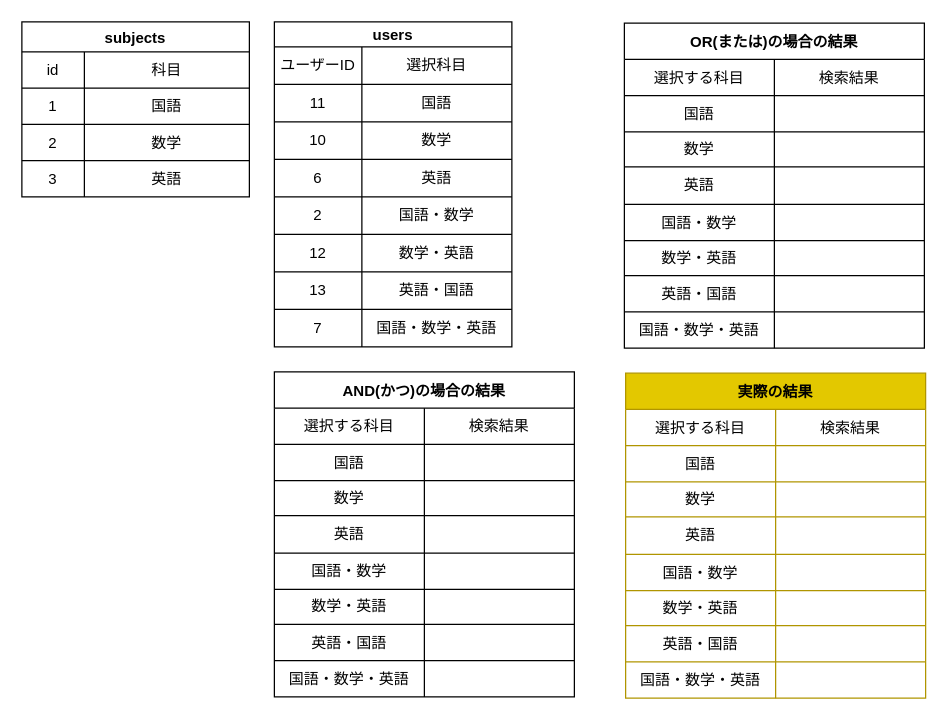
Earlier version of the draw.io diagram page "検索機能実装" (4 of 4) of compass.dio (I-Kouta/compass). Source tidied: cells renumbered, new cells numbered last; positions are measured from the earlier drawing's top-left corner, leaving out a move shared by most shapes. Both pictures are drawn from the tidied source at 125%, with x=0, y=0 at pixel (21, 21).
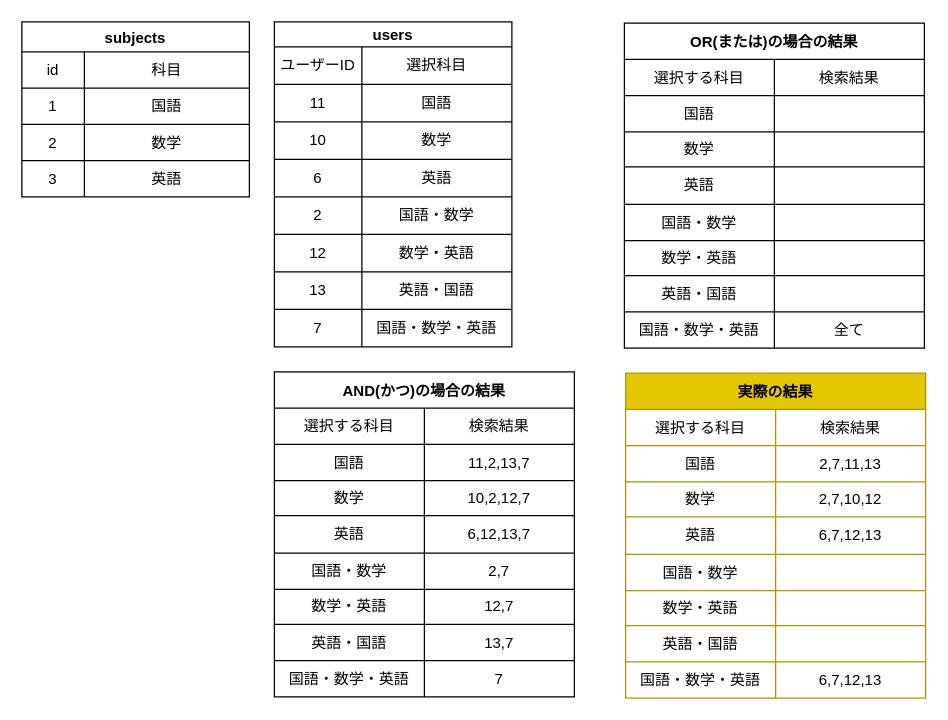
Above is the later version.

Commit message:
ANDを想定した仮説検証

Unchanged cells that the change refers to:
```xml
<mxCell id="62" style="shape=partialRectangle;html=1;whiteSpace=wrap;fillColor=none;top=0;left=0;bottom=0;right=0;" parent="40" vertex="1">
  <mxGeometry y="231" width="240" height="29" as="geometry" />
</mxCell>
<mxCell id="69" style="shape=partialRectangle;html=1;whiteSpace=wrap;fillColor=none;top=0;left=0;bottom=0;right=0;" parent="65" vertex="1">
  <mxGeometry y="58" width="240" height="29" as="geometry" />
</mxCell>
<mxCell id="72" style="shape=partialRectangle;html=1;whiteSpace=wrap;fillColor=none;top=0;left=0;bottom=0;right=0;" parent="65" vertex="1">
  <mxGeometry y="87" width="240" height="28" as="geometry" />
</mxCell>
<mxCell id="75" style="shape=partialRectangle;html=1;whiteSpace=wrap;fillColor=none;top=0;left=0;bottom=0;right=0;" parent="65" vertex="1">
  <mxGeometry y="115" width="240" height="30" as="geometry" />
</mxCell>
<mxCell id="78" style="shape=partialRectangle;html=1;whiteSpace=wrap;fillColor=none;top=0;left=0;bottom=0;right=0;" parent="65" vertex="1">
  <mxGeometry y="145" width="240" height="29" as="geometry" />
</mxCell>
<mxCell id="81" style="shape=partialRectangle;html=1;whiteSpace=wrap;fillColor=none;top=0;left=0;bottom=0;right=0;" parent="65" vertex="1">
  <mxGeometry y="174" width="240" height="28" as="geometry" />
</mxCell>
<mxCell id="84" style="shape=partialRectangle;html=1;whiteSpace=wrap;fillColor=none;top=0;left=0;bottom=0;right=0;" parent="65" vertex="1">
  <mxGeometry y="202" width="240" height="29" as="geometry" />
</mxCell>
<mxCell id="87" style="shape=partialRectangle;html=1;whiteSpace=wrap;fillColor=none;top=0;left=0;bottom=0;right=0;" parent="65" vertex="1">
  <mxGeometry y="231" width="240" height="29" as="geometry" />
</mxCell>
<mxCell id="94" style="shape=partialRectangle;html=1;whiteSpace=wrap;fillColor=none;top=0;left=0;bottom=0;right=0;" parent="90" vertex="1">
  <mxGeometry y="58" width="240" height="29" as="geometry" />
</mxCell>
<mxCell id="97" style="shape=partialRectangle;html=1;whiteSpace=wrap;fillColor=none;top=0;left=0;bottom=0;right=0;" parent="90" vertex="1">
  <mxGeometry y="87" width="240" height="28" as="geometry" />
</mxCell>
<mxCell id="100" style="shape=partialRectangle;html=1;whiteSpace=wrap;fillColor=none;top=0;left=0;bottom=0;right=0;" parent="90" vertex="1">
  <mxGeometry y="115" width="240" height="30" as="geometry" />
</mxCell>
<mxCell id="112" style="shape=partialRectangle;html=1;whiteSpace=wrap;fillColor=none;top=0;left=0;bottom=0;right=0;" parent="90" vertex="1">
  <mxGeometry y="231" width="240" height="29" as="geometry" />
</mxCell>
```

Change to the diagram source:
```diff
@@
-    <mxCell id="64" style="shape=partialRectangle;html=1;whiteSpace=wrap;fillColor=none;top=0;left=0;bottom=0;right=0;overflow=hidden;" parent="62" vertex="1">
+    <mxCell id="64" value="全て" style="shape=partialRectangle;html=1;whiteSpace=wrap;fillColor=none;top=0;left=0;bottom=0;right=0;overflow=hidden;" parent="62" vertex="1">
       <mxGeometry x="120" width="120" height="29" as="geometry" />
     </mxCell>
@@
-    <mxCell id="71" style="shape=partialRectangle;html=1;whiteSpace=wrap;fillColor=none;top=0;left=0;bottom=0;right=0;overflow=hidden;" parent="69" vertex="1">
+    <mxCell id="71" value="11,2,13,7" style="shape=partialRectangle;html=1;whiteSpace=wrap;fillColor=none;top=0;left=0;bottom=0;right=0;overflow=hidden;" parent="69" vertex="1">
       <mxGeometry x="120" width="120" height="29" as="geometry" />
     </mxCell>
@@
-    <mxCell id="74" style="shape=partialRectangle;html=1;whiteSpace=wrap;fillColor=none;top=0;left=0;bottom=0;right=0;overflow=hidden;" parent="72" vertex="1">
+    <mxCell id="74" value="10,2,12,7" style="shape=partialRectangle;html=1;whiteSpace=wrap;fillColor=none;top=0;left=0;bottom=0;right=0;overflow=hidden;" parent="72" vertex="1">
       <mxGeometry x="120" width="120" height="28" as="geometry" />
     </mxCell>
@@
-    <mxCell id="77" style="shape=partialRectangle;html=1;whiteSpace=wrap;fillColor=none;top=0;left=0;bottom=0;right=0;overflow=hidden;" parent="75" vertex="1">
+    <mxCell id="77" value="6,12,13,7" style="shape=partialRectangle;html=1;whiteSpace=wrap;fillColor=none;top=0;left=0;bottom=0;right=0;overflow=hidden;" parent="75" vertex="1">
       <mxGeometry x="120" width="120" height="30" as="geometry" />
     </mxCell>
@@
-    <mxCell id="80" style="shape=partialRectangle;html=1;whiteSpace=wrap;fillColor=none;top=0;left=0;bottom=0;right=0;overflow=hidden;" parent="78" vertex="1">
+    <mxCell id="80" value="2,7" style="shape=partialRectangle;html=1;whiteSpace=wrap;fillColor=none;top=0;left=0;bottom=0;right=0;overflow=hidden;" parent="78" vertex="1">
       <mxGeometry x="120" width="120" height="29" as="geometry" />
     </mxCell>
@@
-    <mxCell id="83" style="shape=partialRectangle;html=1;whiteSpace=wrap;fillColor=none;top=0;left=0;bottom=0;right=0;overflow=hidden;" parent="81" vertex="1">
+    <mxCell id="83" value="12,7" style="shape=partialRectangle;html=1;whiteSpace=wrap;fillColor=none;top=0;left=0;bottom=0;right=0;overflow=hidden;" parent="81" vertex="1">
       <mxGeometry x="120" width="120" height="28" as="geometry" />
     </mxCell>
@@
-    <mxCell id="86" style="shape=partialRectangle;html=1;whiteSpace=wrap;fillColor=none;top=0;left=0;bottom=0;right=0;overflow=hidden;" parent="84" vertex="1">
+    <mxCell id="86" value="13,7" style="shape=partialRectangle;html=1;whiteSpace=wrap;fillColor=none;top=0;left=0;bottom=0;right=0;overflow=hidden;" parent="84" vertex="1">
       <mxGeometry x="120" width="120" height="29" as="geometry" />
     </mxCell>
@@
-    <mxCell id="89" style="shape=partialRectangle;html=1;whiteSpace=wrap;fillColor=none;top=0;left=0;bottom=0;right=0;overflow=hidden;" parent="87" vertex="1">
+    <mxCell id="89" value="7" style="shape=partialRectangle;html=1;whiteSpace=wrap;fillColor=none;top=0;left=0;bottom=0;right=0;overflow=hidden;" parent="87" vertex="1">
       <mxGeometry x="120" width="120" height="29" as="geometry" />
     </mxCell>
@@
-    <mxCell id="96" style="shape=partialRectangle;html=1;whiteSpace=wrap;fillColor=none;top=0;left=0;bottom=0;right=0;overflow=hidden;" parent="94" vertex="1">
+    <mxCell id="96" value="2,7,11,13" style="shape=partialRectangle;html=1;whiteSpace=wrap;fillColor=none;top=0;left=0;bottom=0;right=0;overflow=hidden;" parent="94" vertex="1">
       <mxGeometry x="120" width="120" height="29" as="geometry" />
     </mxCell>
@@
-    <mxCell id="99" style="shape=partialRectangle;html=1;whiteSpace=wrap;fillColor=none;top=0;left=0;bottom=0;right=0;overflow=hidden;" parent="97" vertex="1">
+    <mxCell id="99" value="2,7,10,12" style="shape=partialRectangle;html=1;whiteSpace=wrap;fillColor=none;top=0;left=0;bottom=0;right=0;overflow=hidden;" parent="97" vertex="1">
       <mxGeometry x="120" width="120" height="28" as="geometry" />
     </mxCell>
@@
-    <mxCell id="102" style="shape=partialRectangle;html=1;whiteSpace=wrap;fillColor=none;top=0;left=0;bottom=0;right=0;overflow=hidden;" parent="100" vertex="1">
+    <mxCell id="102" value="6,7,12,13" style="shape=partialRectangle;html=1;whiteSpace=wrap;fillColor=none;top=0;left=0;bottom=0;right=0;overflow=hidden;" parent="100" vertex="1">
       <mxGeometry x="120" width="120" height="30" as="geometry" />
     </mxCell>
@@
-    <mxCell id="114" style="shape=partialRectangle;html=1;whiteSpace=wrap;fillColor=none;top=0;left=0;bottom=0;right=0;overflow=hidden;" parent="112" vertex="1">
+    <mxCell id="114" value="6,7,12,13" style="shape=partialRectangle;html=1;whiteSpace=wrap;fillColor=none;top=0;left=0;bottom=0;right=0;overflow=hidden;" parent="112" vertex="1">
       <mxGeometry x="120" width="120" height="29" as="geometry" />
     </mxCell>
```
